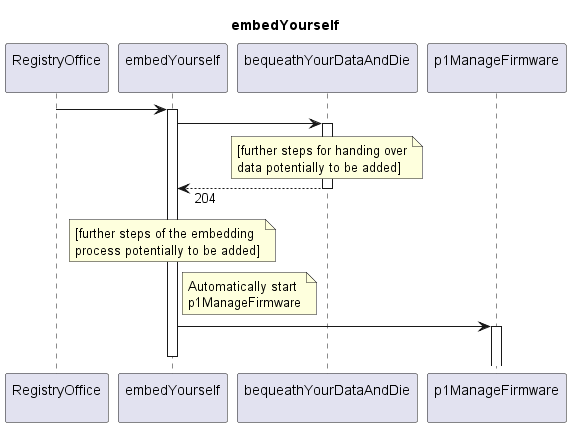
Before: spec/Services/embedYourself/1.0.0/embedYourself.png, a diagram exported from PlantUML (openBackhaul/FirmWareManager).
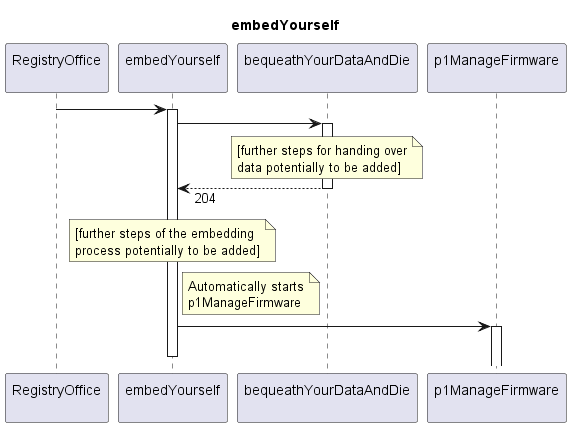
After the change.

What changed in the source:
```diff
@@ -30,7 +30,7 @@
   end note
 
   note right embed
-    Automatically start
+    Automatically starts
     p1ManageFirmware
   end note
   embed -> manaFW
```
